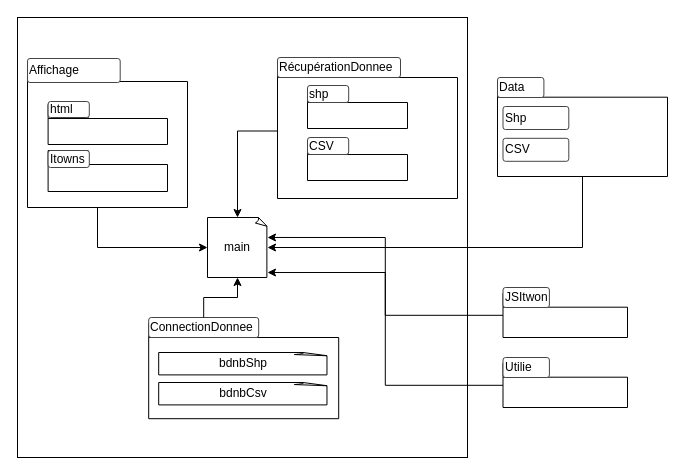
Before: diagrammedePackage.drawio in EnzoVenon/Gemini_numeriques, a draw.io diagram. Source tidied: cells renumbered, new cells numbered last; positions are measured from the earlier drawing's top-left corner, leaving out a move shared by most shapes. Both pictures are drawn from the tidied source at 100%, with x=0, y=0 at pixel (17, 17).
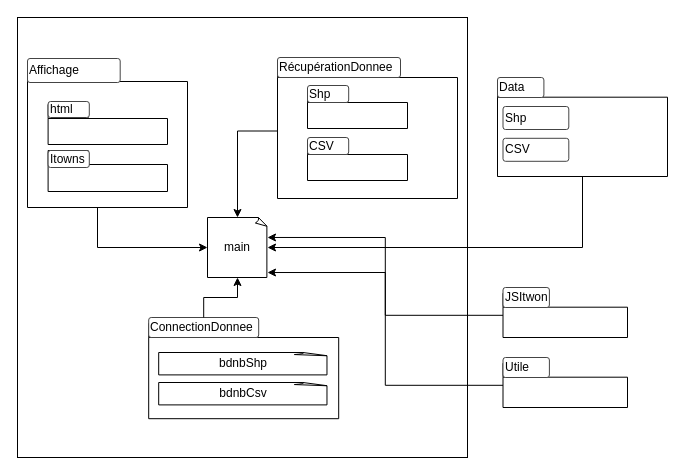
After the change.

Commit message:
Mettre à jour diagrammedePackage.drawio

The edit, as a diff of the source:
```diff
@@
-    <mxCell id="11" value="&lt;font style=&quot;font-size: 12px;&quot;&gt;shp&lt;/font&gt;" style="strokeWidth=1;html=1;shadow=0;dashed=0;shape=mxgraph.ios.iTextInput;strokeColor=#444444;buttonText=;fontSize=8;whiteSpace=wrap;align=left;" parent="1" vertex="1">
+    <mxCell id="11" value="&lt;font style=&quot;font-size: 12px;&quot;&gt;Shp&lt;/font&gt;" style="strokeWidth=1;html=1;shadow=0;dashed=0;shape=mxgraph.ios.iTextInput;strokeColor=#444444;buttonText=;fontSize=8;whiteSpace=wrap;align=left;" parent="1" vertex="1">
       <mxGeometry x="290" y="68" width="41.2" height="17" as="geometry" />
     </mxCell>
@@
-    <mxCell id="34" value="&lt;font style=&quot;font-size: 12px;&quot;&gt;Utilie&lt;/font&gt;" style="strokeWidth=1;html=1;shadow=0;dashed=0;shape=mxgraph.ios.iTextInput;strokeColor=#444444;buttonText=;fontSize=8;whiteSpace=wrap;align=left;" parent="1" vertex="1">
+    <mxCell id="34" value="&lt;font style=&quot;font-size: 12px;&quot;&gt;Utile&lt;/font&gt;" style="strokeWidth=1;html=1;shadow=0;dashed=0;shape=mxgraph.ios.iTextInput;strokeColor=#444444;buttonText=;fontSize=8;whiteSpace=wrap;align=left;" parent="1" vertex="1">
       <mxGeometry x="485.5" y="340" width="46.4" height="20" as="geometry" />
     </mxCell>
```
